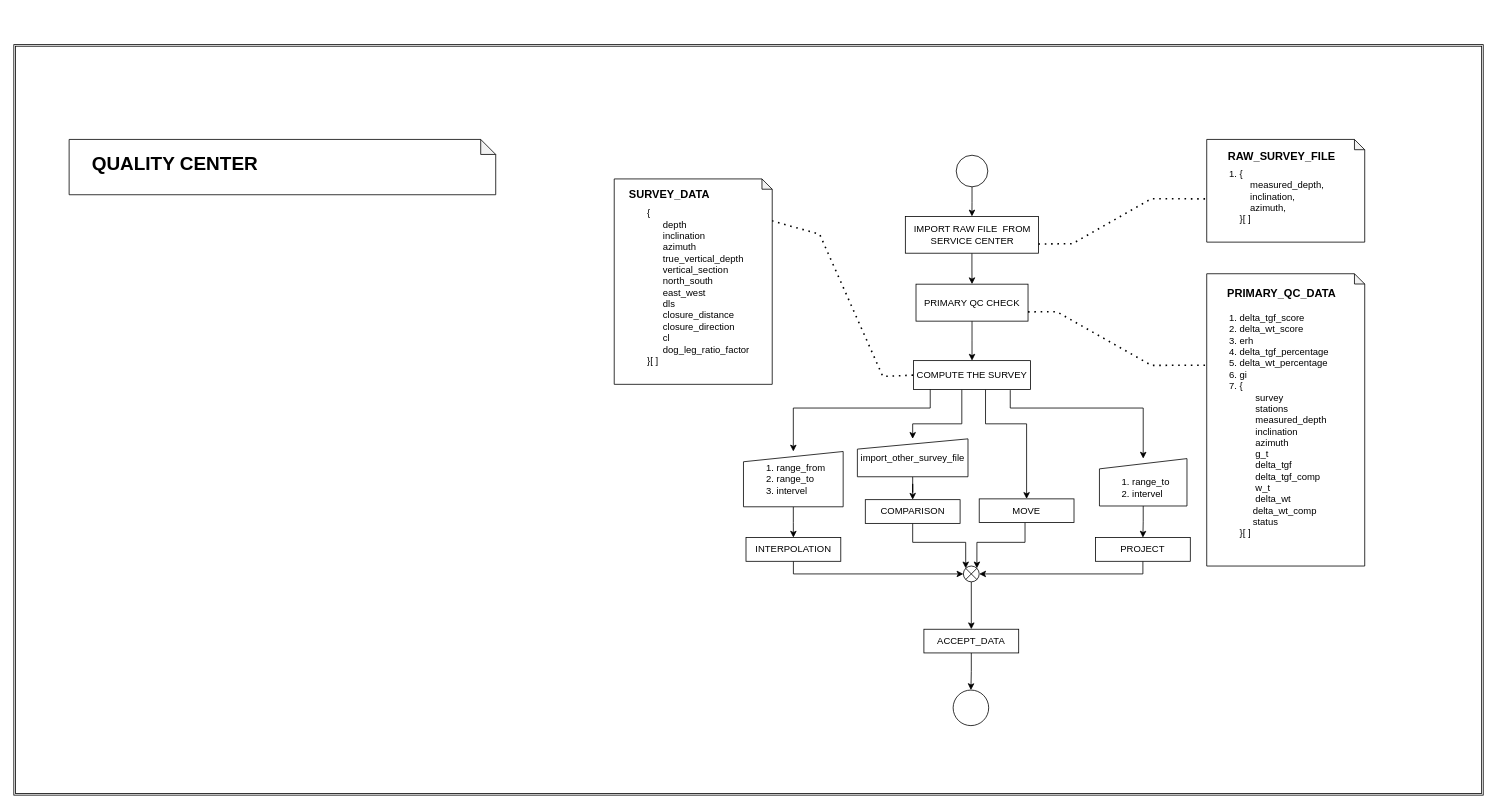
Before: page "Page-3" (3 of 3) of reference_documents/work_flow/one_app_wf_02.drawio in JK432/OneApp, a draw.io diagram. Source tidied: cells renumbered, new cells numbered last; positions are measured from the earlier drawing's top-left corner, leaving out a move shared by most shapes. Both pictures are drawn from the tidied source at 79%, with x=0, y=0 at pixel (13, 44).
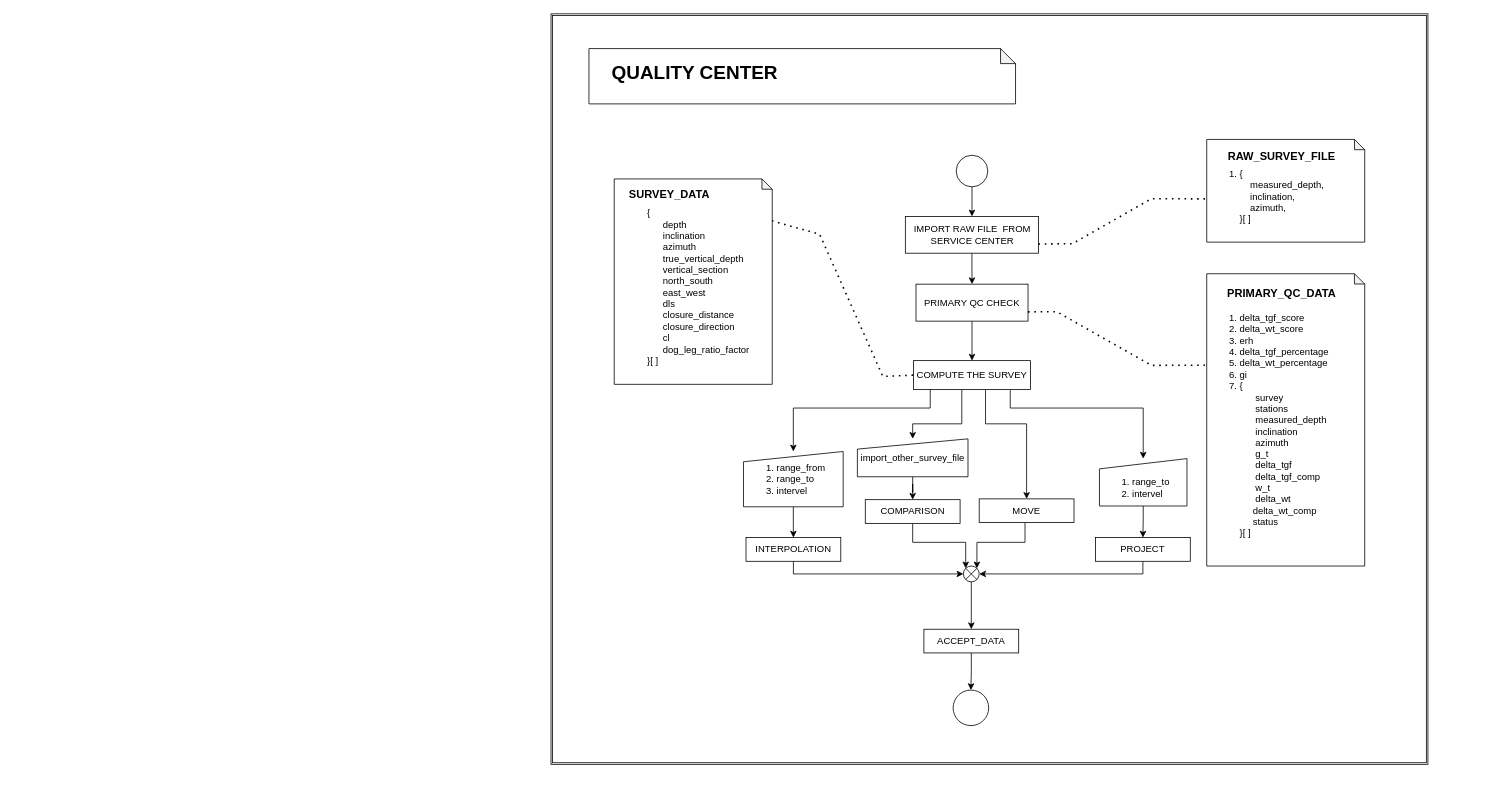
The same diagram, later.

Diff of the diagram source:
```diff
@@
     <mxCell id="2" style="shape=ext;double=1;rounded=0;whiteSpace=wrap;html=1;fillColor=light-dark(#FFFFFF,transparent);" parent="1" vertex="1">
-      <mxGeometry width="1860" height="950" as="geometry" />
+      <mxGeometry x="680" y="-39" width="1110" height="950" as="geometry" />
     </mxCell>
-    <mxCell id="3" style="group;" parent="1" vertex="1">
-      <mxGeometry x="70" y="120" width="540" height="529" as="geometry" />
-    </mxCell>
-    <mxCell id="4" value="&lt;div&gt;&lt;br&gt;&lt;/div&gt;" style="shape=note;whiteSpace=wrap;html=1;backgroundOutline=1;darkOpacity=0.05;size=19;align=left;" parent="3" vertex="1">
-      <mxGeometry width="540" height="70" as="geometry" />
-    </mxCell>
-    <mxCell id="5" value="&lt;h1 style=&quot;margin-top: 0px;&quot;&gt;QUALITY CENTER&lt;/h1&gt;" style="text;html=1;whiteSpace=wrap;overflow=hidden;rounded=0;" parent="3" vertex="1">
-      <mxGeometry x="26.5" y="10" width="279.5" height="40" as="geometry" />
-    </mxCell>
@@
+    <mxCell id="46" style="group;" parent="1" vertex="1">
+      <mxGeometry x="728" y="5" width="540" height="70" as="geometry" />
+    </mxCell>
+    <mxCell id="4" value="&lt;div&gt;&lt;br&gt;&lt;/div&gt;" style="shape=note;whiteSpace=wrap;html=1;backgroundOutline=1;darkOpacity=0.05;size=19;align=left;" parent="46" vertex="1">
+      <mxGeometry width="540" height="70" as="geometry" />
+    </mxCell>
+    <mxCell id="5" value="&lt;h1 style=&quot;margin-top: 0px;&quot;&gt;QUALITY CENTER&lt;/h1&gt;" style="text;html=1;whiteSpace=wrap;overflow=hidden;rounded=0;" parent="46" vertex="1">
+      <mxGeometry x="26.5" y="10" width="279.5" height="40" as="geometry" />
+    </mxCell>
```
